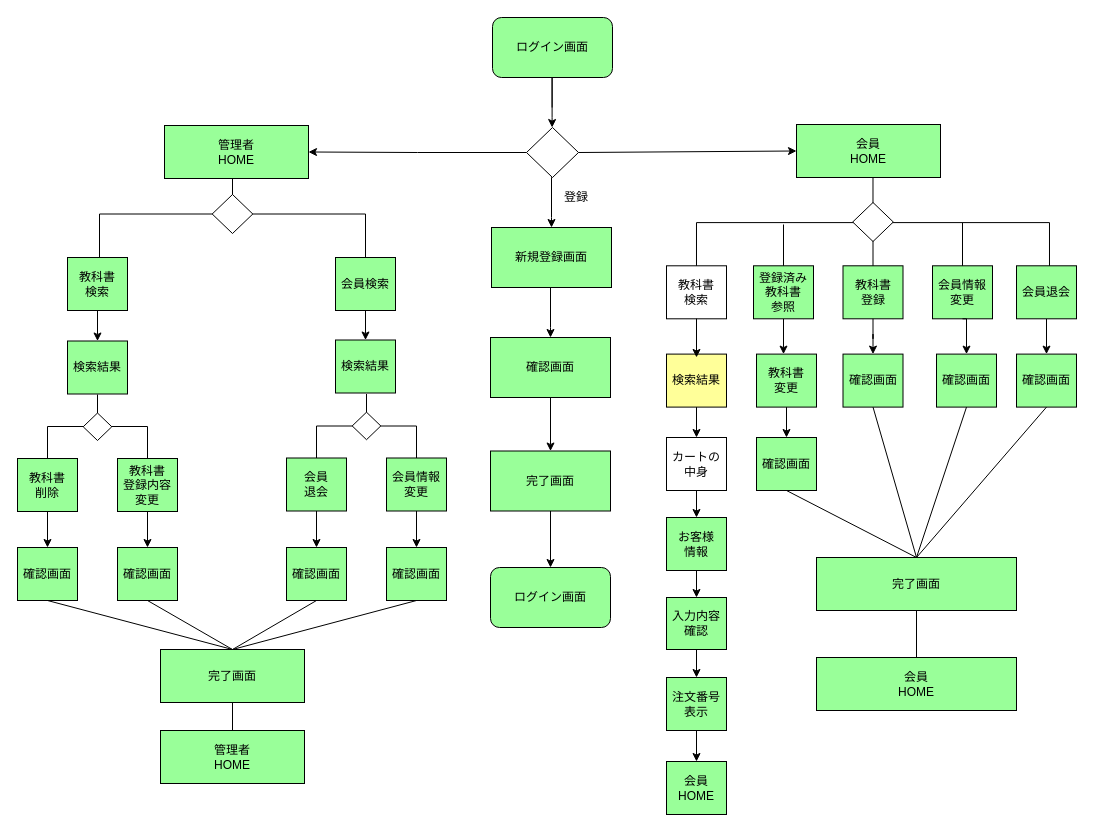
Earlier version of the draw.io diagram 画面遷移図.drawio (2022java42-student022/document). Source tidied: cells renumbered, new cells numbered last; positions are measured from the earlier drawing's top-left corner, leaving out a move shared by most shapes. Both pictures are drawn from the tidied source at 100%, with x=0, y=0 at pixel (17, 17).
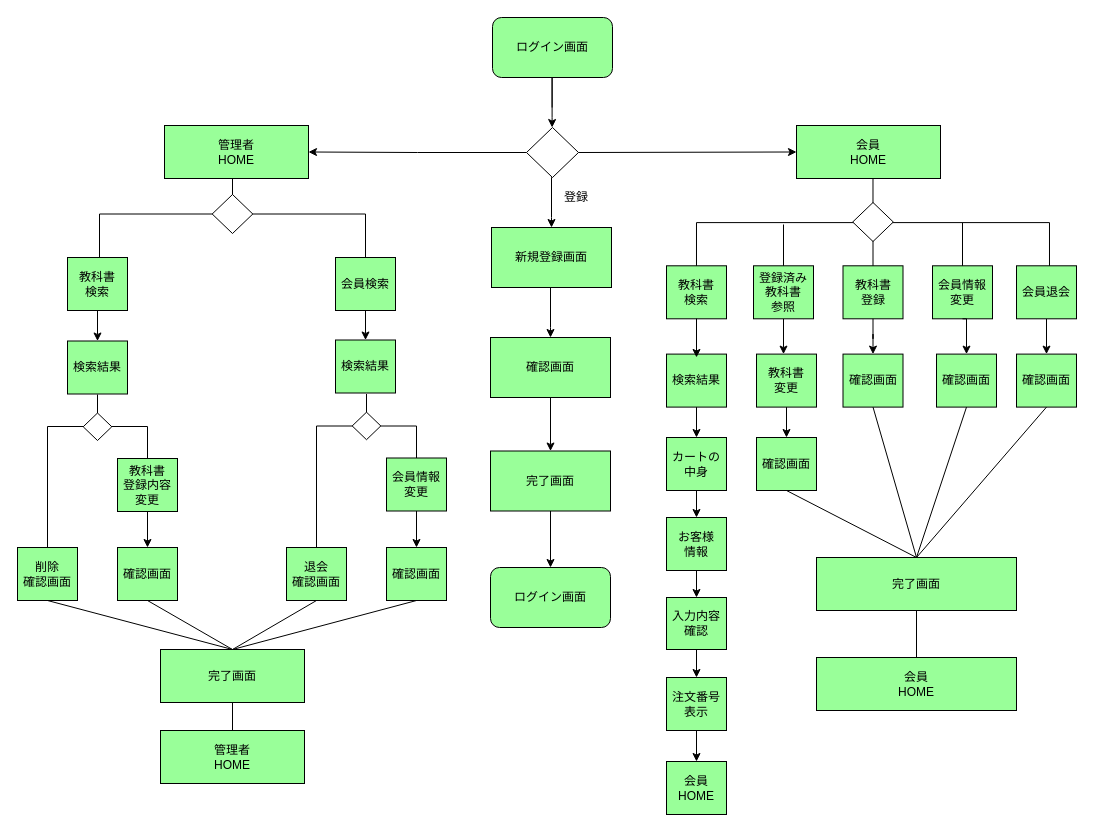
The same page after the edit.

Commit message (it also covers changes not shown here):
遷移図完全体

Unchanged cells that the change refers to:
```xml
<mxCell id="13" style="group;" parent="1" vertex="1">
  <mxGeometry x="679" y="160" width="300" height="229.6" as="geometry" />
</mxCell>
<mxCell id="15" style="group;" parent="13" vertex="1">
  <mxGeometry x="-30" y="32" width="326" height="109.3" as="geometry" />
</mxCell>
<mxCell id="52" style="group;" parent="50" vertex="1">
  <mxGeometry y="64" width="160" height="53" as="geometry" />
</mxCell>
<mxCell id="58" style="group;" parent="56" vertex="1">
  <mxGeometry y="64" width="160" height="53" as="geometry" />
</mxCell>
```

Diff of the diagram source:
```diff
@@
-    <mxCell id="19" value="教科書&lt;br&gt;検索" style="rounded=0;whiteSpace=wrap;html=1;sketch=0;strokeWidth=1;" parent="15" vertex="1">
+    <mxCell id="19" value="教科書&lt;br&gt;検索" style="rounded=0;whiteSpace=wrap;html=1;sketch=0;strokeWidth=1;fillColor=#99FF99;" parent="15" vertex="1">
       <mxGeometry y="56.3" width="60" height="53" as="geometry" />
     </mxCell>
@@
-    <mxCell id="24" value="検索結果" style="rounded=0;whiteSpace=wrap;html=1;sketch=0;strokeWidth=1;fillColor=#FFFF99;" parent="13" vertex="1">
+    <mxCell id="24" value="検索結果" style="rounded=0;whiteSpace=wrap;html=1;sketch=0;strokeWidth=1;fillColor=#99FF99;" parent="13" vertex="1">
       <mxGeometry x="-30" y="176.6" width="60" height="53" as="geometry" />
     </mxCell>
@@
-    <mxCell id="35" value="カートの中身" style="rounded=0;whiteSpace=wrap;html=1;sketch=0;strokeWidth=1;" parent="1" vertex="1">
+    <mxCell id="35" value="カートの中身" style="rounded=0;whiteSpace=wrap;html=1;sketch=0;strokeWidth=1;fillColor=#99FF99;" parent="1" vertex="1">
       <mxGeometry x="649" y="420" width="60" height="53" as="geometry" />
     </mxCell>
@@
-    <mxCell id="53" value="会員&lt;br&gt;退会" style="rounded=0;whiteSpace=wrap;html=1;sketch=0;strokeWidth=1;fillColor=#99FF99;" parent="52" vertex="1">
-      <mxGeometry width="60" height="53" as="geometry" />
-    </mxCell>
@@
+    <mxCell id="97" style="endArrow=none;html=1;rounded=0;exitX=0.5;exitY=0;exitDx=0;exitDy=0;" parent="52" edge="1" source="65">
+      <mxGeometry relative="1" as="geometry">
+        <mxPoint x="30" y="-0.5" as="targetPoint" />
+      </mxGeometry>
+    </mxCell>
@@
-    <mxCell id="59" value="教科書&lt;br&gt;削除" style="rounded=0;whiteSpace=wrap;html=1;sketch=0;strokeWidth=1;fillColor=#99FF99;" parent="58" vertex="1">
-      <mxGeometry width="60" height="53" as="geometry" />
-    </mxCell>
@@
+    <mxCell id="98" style="endArrow=none;html=1;rounded=0;exitX=0.5;exitY=0;exitDx=0;exitDy=0;" parent="58" edge="1">
+      <mxGeometry relative="1" as="geometry">
+        <mxPoint x="30" y="89" as="sourcePoint" />
+        <mxPoint x="30" y="-1" as="targetPoint" />
+      </mxGeometry>
+    </mxCell>
@@
-    <mxCell id="65" value="確認画面" style="rounded=0;whiteSpace=wrap;html=1;sketch=0;strokeWidth=1;fillColor=#99FF99;" parent="1" vertex="1">
+    <mxCell id="65" value="退会&lt;br&gt;確認画面" style="rounded=0;whiteSpace=wrap;html=1;sketch=0;strokeWidth=1;fillColor=#99FF99;" parent="1" vertex="1">
       <mxGeometry x="269" y="530" width="60" height="53" as="geometry" />
     </mxCell>
@@
-    <mxCell id="68" value="確認画面" style="rounded=0;whiteSpace=wrap;html=1;sketch=0;strokeWidth=1;fillColor=#99FF99;" parent="1" vertex="1">
+    <mxCell id="68" value="削除&lt;br&gt;確認画面" style="rounded=0;whiteSpace=wrap;html=1;sketch=0;strokeWidth=1;fillColor=#99FF99;" parent="1" vertex="1">
       <mxGeometry y="530" width="60" height="53" as="geometry" />
     </mxCell>
@@
-    <mxCell id="75" style="edgeStyle=orthogonalEdgeStyle;rounded=0;jettySize=auto;html=1;entryX=0.5;entryY=0;entryDx=0;entryDy=0;" parent="1" edge="1" source="59" target="68">
-      <mxGeometry relative="1" as="geometry" />
-    </mxCell>
@@
-    <mxCell id="77" style="edgeStyle=orthogonalEdgeStyle;rounded=0;jettySize=auto;html=1;entryX=0.5;entryY=0;entryDx=0;entryDy=0;" parent="1" edge="1" source="53" target="65">
-      <mxGeometry relative="1" as="geometry" />
-    </mxCell>
@@
     <mxCell id="96" value="会員&lt;br&gt;HOME" style="rounded=0;whiteSpace=wrap;html=1;sketch=0;strokeWidth=1;fillColor=#99FF99;" parent="1" vertex="1">
-      <mxGeometry x="779" y="107" width="144" height="53" as="geometry" />
+      <mxGeometry x="779" y="108" width="144" height="53" as="geometry" />
     </mxCell>
```
